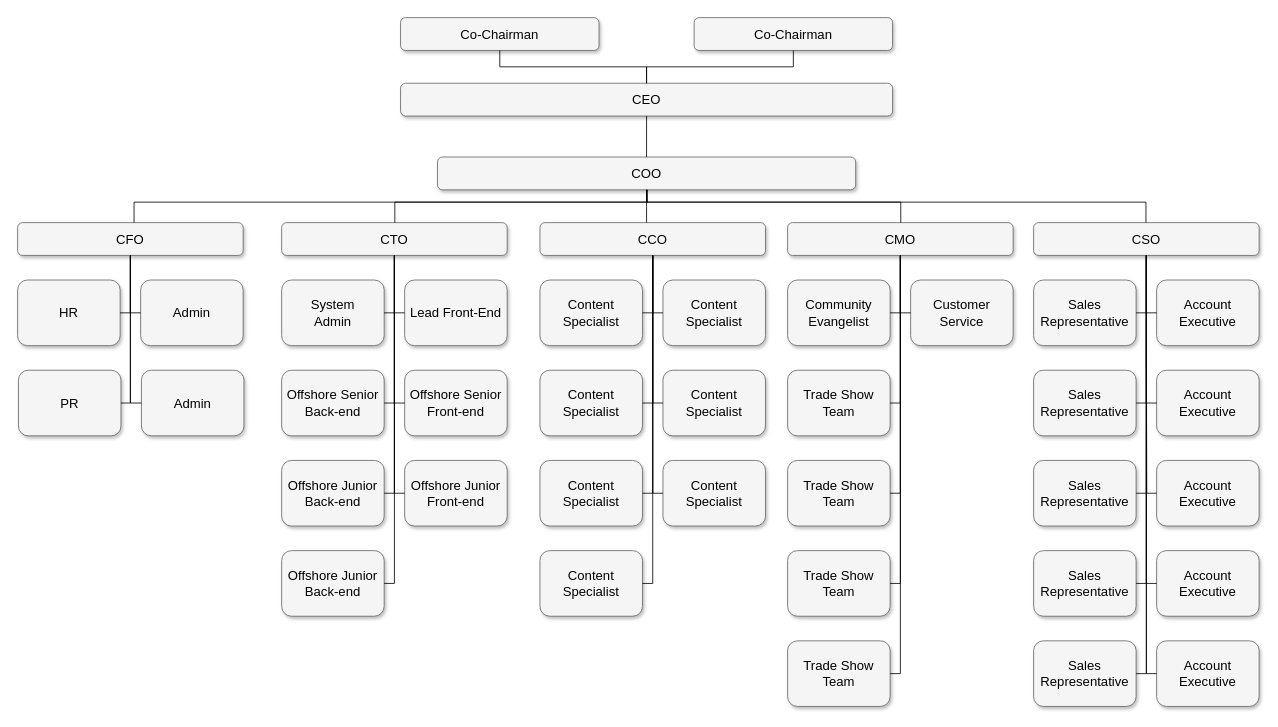
vuduongtp/RingChat-Java-Android keeps this draw.io diagram as BFD.drawio. Above is the earlier version. Source tidied: cells renumbered, new cells numbered last; positions are measured from the earlier drawing's top-left corner, leaving out a move shared by most shapes. Both pictures are drawn from the tidied source at 82%, with x=0, y=0 at pixel (17, 17).
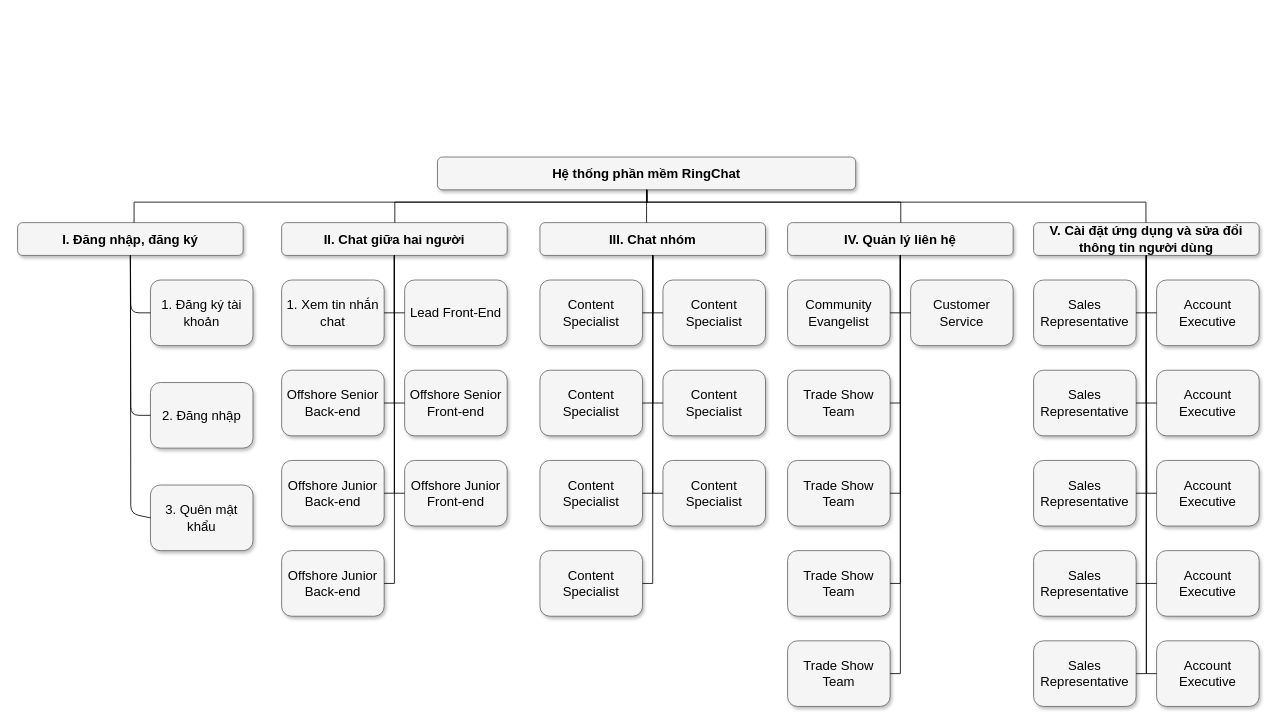
After the change.

Change to the diagram source:
```diff
@@
-    <mxCell id="2" value="Co-Chairman" style="whiteSpace=wrap;html=1;rounded=1;shadow=1;strokeWidth=1;fontSize=16;align=center;fillColor=#f5f5f5;strokeColor=#666666;" parent="1" vertex="1">
-      <mxGeometry x="825" width="242" height="40" as="geometry" />
-    </mxCell>
-    <mxCell id="3" value="CEO" style="whiteSpace=wrap;html=1;rounded=1;shadow=1;strokeWidth=1;fontSize=16;align=center;fillColor=#f5f5f5;strokeColor=#666666;" parent="1" vertex="1">
-      <mxGeometry x="467" y="80" width="600" height="40" as="geometry" />
-    </mxCell>
-    <mxCell id="4" value="COO" style="whiteSpace=wrap;html=1;rounded=1;shadow=1;strokeWidth=1;fontSize=16;align=center;fillColor=#f5f5f5;strokeColor=#666666;" parent="1" vertex="1">
+    <mxCell id="4" value="&lt;b&gt;Hệ thống phần mềm RingChat&lt;/b&gt;" style="whiteSpace=wrap;html=1;rounded=1;shadow=1;strokeWidth=1;fontSize=16;align=center;fillColor=#f5f5f5;strokeColor=#666666;" parent="1" vertex="1">
       <mxGeometry x="512" y="170" width="510" height="40" as="geometry" />
     </mxCell>
-    <mxCell id="5" value="CTO" style="whiteSpace=wrap;html=1;rounded=1;shadow=1;strokeWidth=1;fontSize=16;align=center;fillColor=#f5f5f5;strokeColor=#666666;" parent="1" vertex="1">
+    <mxCell id="5" value="&lt;b&gt;II. Chat giữa hai người&lt;/b&gt;" style="whiteSpace=wrap;html=1;rounded=1;shadow=1;strokeWidth=1;fontSize=16;align=center;fillColor=#f5f5f5;strokeColor=#666666;" parent="1" vertex="1">
       <mxGeometry x="322" y="250" width="275" height="40" as="geometry" />
     </mxCell>
-    <mxCell id="6" value="CCO" style="whiteSpace=wrap;html=1;rounded=1;shadow=1;strokeWidth=1;fontSize=16;align=center;fillColor=#f5f5f5;strokeColor=#666666;" parent="1" vertex="1">
+    <mxCell id="6" value="&lt;b&gt;III. Chat nhóm&lt;/b&gt;" style="whiteSpace=wrap;html=1;rounded=1;shadow=1;strokeWidth=1;fontSize=16;align=center;fillColor=#f5f5f5;strokeColor=#666666;" parent="1" vertex="1">
       <mxGeometry x="637" y="250" width="275" height="40" as="geometry" />
     </mxCell>
-    <mxCell id="7" value="CFO" style="whiteSpace=wrap;html=1;rounded=1;shadow=1;strokeWidth=1;fontSize=16;align=center;fillColor=#f5f5f5;strokeColor=#666666;" parent="1" vertex="1">
+    <mxCell id="7" value="&lt;b&gt;I. Đăng nhập, đăng ký&lt;/b&gt;" style="whiteSpace=wrap;html=1;rounded=1;shadow=1;strokeWidth=1;fontSize=16;align=center;fillColor=#f5f5f5;strokeColor=#666666;" parent="1" vertex="1">
       <mxGeometry y="250" width="275" height="40" as="geometry" />
     </mxCell>
-    <mxCell id="8" value="CMO" style="whiteSpace=wrap;html=1;rounded=1;shadow=1;strokeWidth=1;fontSize=16;align=center;fillColor=#f5f5f5;strokeColor=#666666;" parent="1" vertex="1">
+    <mxCell id="8" value="&lt;b&gt;IV. Quản lý liên hệ&lt;/b&gt;" style="whiteSpace=wrap;html=1;rounded=1;shadow=1;strokeWidth=1;fontSize=16;align=center;fillColor=#f5f5f5;strokeColor=#666666;" parent="1" vertex="1">
       <mxGeometry x="939" y="250" width="275" height="40" as="geometry" />
     </mxCell>
-    <mxCell id="9" value="CSO" style="whiteSpace=wrap;html=1;rounded=1;shadow=1;strokeWidth=1;fontSize=16;align=center;fillColor=#f5f5f5;strokeColor=#666666;" parent="1" vertex="1">
+    <mxCell id="9" value="&lt;b&gt;V. Cài đặt ứng dụng và sửa đổi thông tin người dùng&lt;/b&gt;" style="whiteSpace=wrap;html=1;rounded=1;shadow=1;strokeWidth=1;fontSize=16;align=center;fillColor=#f5f5f5;strokeColor=#666666;" parent="1" vertex="1">
       <mxGeometry x="1239" y="250" width="275" height="40" as="geometry" />
     </mxCell>
-    <mxCell id="10" value="System&lt;div&gt;Admin&lt;/div&gt;" style="whiteSpace=wrap;html=1;rounded=1;shadow=1;strokeWidth=1;fontSize=16;align=center;fillColor=#f5f5f5;strokeColor=#666666;" parent="1" vertex="1">
+    <mxCell id="10" value="1. Xem tin nhắn chat" style="whiteSpace=wrap;html=1;rounded=1;shadow=1;strokeWidth=1;fontSize=16;align=center;fillColor=#f5f5f5;strokeColor=#666666;" parent="1" vertex="1">
       <mxGeometry x="322" y="320" width="125" height="80" as="geometry" />
     </mxCell>
@@
-    <mxCell id="14" value="HR" style="whiteSpace=wrap;html=1;rounded=1;shadow=1;strokeWidth=1;fontSize=16;align=center;fillColor=#f5f5f5;strokeColor=#666666;" parent="1" vertex="1">
-      <mxGeometry y="320" width="125" height="80" as="geometry" />
+    <mxCell id="14" value="1. Đăng ký tài khoản" style="whiteSpace=wrap;html=1;rounded=1;shadow=1;strokeWidth=1;fontSize=16;align=center;fillColor=#f5f5f5;strokeColor=#666666;" parent="1" vertex="1">
+      <mxGeometry x="162" y="320" width="125" height="80" as="geometry" />
     </mxCell>
-    <mxCell id="15" value="Admin" style="whiteSpace=wrap;html=1;rounded=1;shadow=1;strokeWidth=1;fontSize=16;align=center;fillColor=#f5f5f5;strokeColor=#666666;" parent="1" vertex="1">
-      <mxGeometry x="150" y="320" width="125" height="80" as="geometry" />
+    <mxCell id="15" value="2. Đăng nhập" style="whiteSpace=wrap;html=1;rounded=1;shadow=1;strokeWidth=1;fontSize=16;align=center;fillColor=#f5f5f5;strokeColor=#666666;" parent="1" vertex="1">
+      <mxGeometry x="162" y="445" width="125" height="80" as="geometry" />
     </mxCell>
@@
-    <mxCell id="38" value="PR" style="whiteSpace=wrap;html=1;rounded=1;shadow=1;strokeWidth=1;fontSize=16;align=center;fillColor=#f5f5f5;strokeColor=#666666;" parent="1" vertex="1">
-      <mxGeometry x="1" y="430" width="125" height="80" as="geometry" />
+    <mxCell id="38" value="3. Quên mật khẩu" style="whiteSpace=wrap;html=1;rounded=1;shadow=1;strokeWidth=1;fontSize=16;align=center;fillColor=#f5f5f5;strokeColor=#666666;" parent="1" vertex="1">
+      <mxGeometry x="162" y="570" width="125" height="80" as="geometry" />
     </mxCell>
-    <mxCell id="39" value="Admin" style="whiteSpace=wrap;html=1;rounded=1;shadow=1;strokeWidth=1;fontSize=16;align=center;fillColor=#f5f5f5;strokeColor=#666666;" parent="1" vertex="1">
-      <mxGeometry x="151" y="430" width="125" height="80" as="geometry" />
-    </mxCell>
-    <mxCell id="40" value="Co-Chairman" style="whiteSpace=wrap;html=1;rounded=1;shadow=1;strokeWidth=1;fontSize=16;align=center;fillColor=#f5f5f5;strokeColor=#666666;" parent="1" vertex="1">
-      <mxGeometry x="467" width="242" height="40" as="geometry" />
-    </mxCell>
@@
-    <mxCell id="45" style="edgeStyle=orthogonalEdgeStyle;html=1;startSize=6;endFill=0;endSize=6;strokeWidth=1;fontSize=16;rounded=0;endArrow=none;" parent="1" edge="1" source="40" target="3">
-      <mxGeometry relative="1" as="geometry" />
-    </mxCell>
-    <mxCell id="46" style="edgeStyle=orthogonalEdgeStyle;html=1;startSize=6;endFill=0;endSize=6;strokeWidth=1;fontSize=16;rounded=0;endArrow=none;" parent="1" edge="1" source="2" target="3">
-      <mxGeometry relative="1" as="geometry" />
-    </mxCell>
-    <mxCell id="47" style="edgeStyle=orthogonalEdgeStyle;html=1;startSize=6;endFill=0;endSize=6;strokeWidth=1;fontSize=16;rounded=0;endArrow=none;" parent="1" edge="1" source="3" target="4">
-      <mxGeometry relative="1" as="geometry" />
-    </mxCell>
@@
-    <mxCell id="67" style="edgeStyle=orthogonalEdgeStyle;html=1;startSize=6;endFill=0;endSize=6;strokeWidth=1;fontSize=16;rounded=0;endArrow=none;entryX=1;entryY=0.5;" parent="1" edge="1" source="7" target="14">
-      <mxGeometry relative="1" as="geometry">
-        <Array as="points">
-          <mxPoint x="137" y="360" />
-        </Array>
-      </mxGeometry>
-    </mxCell>
-    <mxCell id="68" style="edgeStyle=orthogonalEdgeStyle;html=1;startSize=6;endFill=0;endSize=6;strokeWidth=1;fontSize=16;rounded=0;endArrow=none;entryX=1;entryY=0.5;" parent="1" edge="1" source="7" target="38">
-      <mxGeometry relative="1" as="geometry">
-        <Array as="points">
-          <mxPoint x="137" y="470" />
-        </Array>
-      </mxGeometry>
-    </mxCell>
-    <mxCell id="69" style="edgeStyle=orthogonalEdgeStyle;html=1;startSize=6;endFill=0;endSize=6;strokeWidth=1;fontSize=16;rounded=0;endArrow=none;entryX=0;entryY=0.5;" parent="1" edge="1" source="7" target="15">
-      <mxGeometry relative="1" as="geometry">
-        <Array as="points">
-          <mxPoint x="137" y="360" />
-        </Array>
-      </mxGeometry>
-    </mxCell>
-    <mxCell id="70" style="edgeStyle=orthogonalEdgeStyle;html=1;startSize=6;endFill=0;endSize=6;strokeWidth=1;fontSize=16;rounded=0;endArrow=none;entryX=0;entryY=0.5;" parent="1" edge="1" source="7" target="39">
-      <mxGeometry relative="1" as="geometry">
-        <Array as="points">
-          <mxPoint x="137" y="470" />
-        </Array>
-      </mxGeometry>
-    </mxCell>
@@
+    <mxCell id="67" style="endArrow=none;html=1;exitX=0.5;exitY=1;exitDx=0;exitDy=0;entryX=0;entryY=0.5;entryDx=0;entryDy=0;" parent="1" edge="1" source="7" target="14">
+      <mxGeometry relative="1" as="geometry">
+        <Array as="points">
+          <mxPoint x="138" y="360" />
+        </Array>
+      </mxGeometry>
+    </mxCell>
+    <mxCell id="69" style="endArrow=none;html=1;exitX=0.5;exitY=1;exitDx=0;exitDy=0;entryX=0;entryY=0.5;entryDx=0;entryDy=0;" parent="1" edge="1" source="7" target="15">
+      <mxGeometry relative="1" as="geometry">
+        <Array as="points">
+          <mxPoint x="138" y="485" />
+        </Array>
+      </mxGeometry>
+    </mxCell>
+    <mxCell id="68" style="endArrow=none;html=1;exitX=0.5;exitY=1;exitDx=0;exitDy=0;entryX=0;entryY=0.5;entryDx=0;entryDy=0;" parent="1" edge="1" source="7" target="38">
+      <mxGeometry relative="1" as="geometry">
+        <Array as="points">
+          <mxPoint x="138" y="605" />
+        </Array>
+      </mxGeometry>
+    </mxCell>
```
